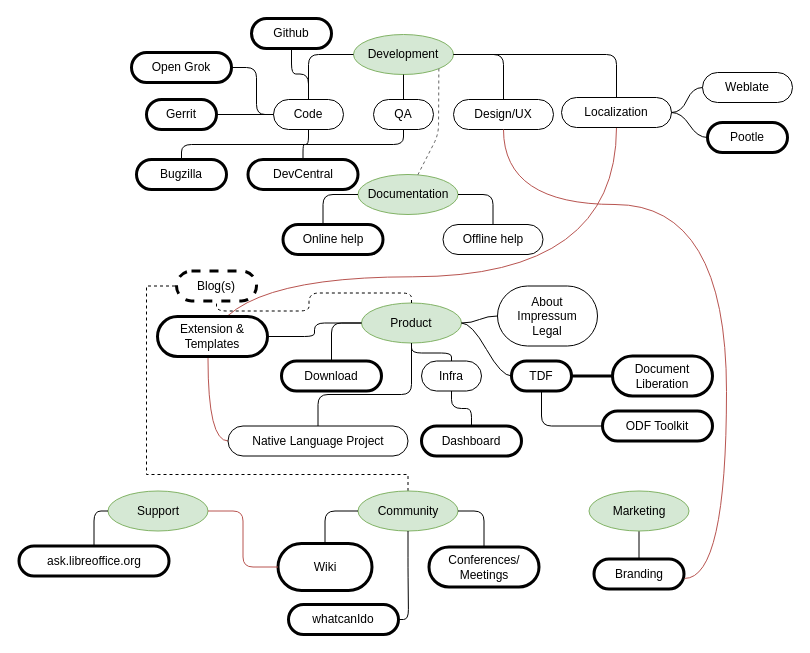
Before: Untitled Diagram.drawio in HeikoTietze/libo_website, a draw.io diagram. Source tidied: cells renumbered, new cells numbered last; positions are measured from the earlier drawing's top-left corner, leaving out a move shared by most shapes. Both pictures are drawn from the tidied source at 100%, with x=0, y=0 at pixel (18, 18).
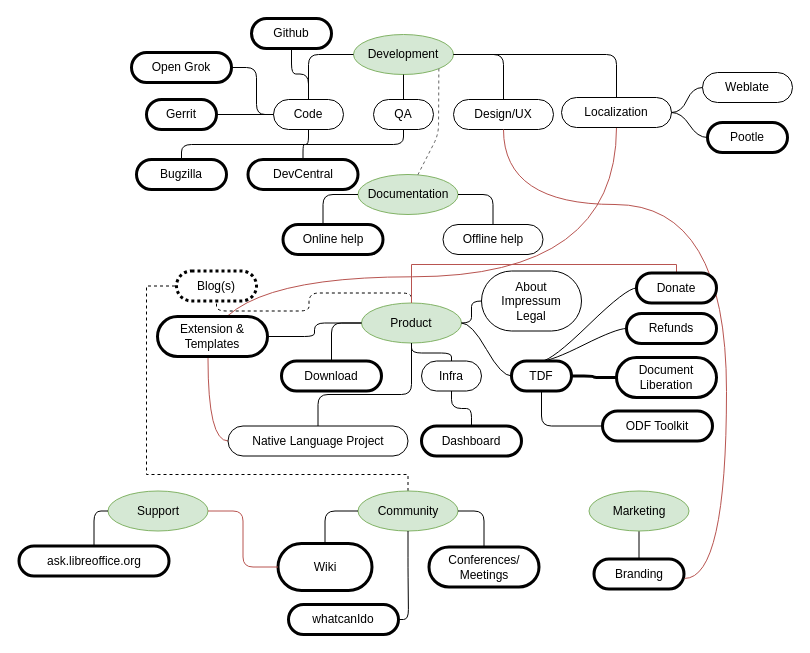
The same diagram, later.

The change refers to these unchanged cells:
```xml
<mxCell id="14" value="Product" style="ellipse;whiteSpace=wrap;html=1;align=center;fillColor=#d5e8d4;strokeColor=#82b366;" parent="1" vertex="1">
  <mxGeometry x="343" y="284.5" width="100" height="40" as="geometry" />
</mxCell>
<mxCell id="27" value="TDF" style="whiteSpace=wrap;html=1;rounded=1;arcSize=50;align=center;verticalAlign=middle;strokeWidth=3;spacing=4;" parent="1" vertex="1">
  <mxGeometry x="493" y="342.5" width="60" height="30" as="geometry" />
</mxCell>
```

The edit, as a diff of the source:
```diff
@@
     <mxCell id="41" value="About&lt;br&gt;&lt;div&gt;Impressum&lt;/div&gt;&lt;div&gt;Legal&lt;br&gt;&lt;/div&gt;" style="whiteSpace=wrap;html=1;rounded=1;arcSize=50;align=center;verticalAlign=middle;strokeWidth=1;spacing=4;" parent="1" vertex="1">
-      <mxGeometry x="479" y="267.5" width="100" height="60" as="geometry" />
+      <mxGeometry x="463" y="252.5" width="100" height="60" as="geometry" />
     </mxCell>
@@
     <mxCell id="51" value="&lt;div&gt;Document&lt;/div&gt;&lt;div&gt;Liberation&lt;/div&gt;" style="whiteSpace=wrap;html=1;rounded=1;arcSize=50;align=center;verticalAlign=middle;strokeWidth=3;spacing=4;" parent="1" vertex="1">
-      <mxGeometry x="594" y="337.5" width="100" height="40" as="geometry" />
+      <mxGeometry x="598" y="339" width="100" height="40" as="geometry" />
     </mxCell>
@@
-    <mxCell id="59" value="Blog(s)" style="whiteSpace=wrap;html=1;rounded=1;arcSize=50;align=center;verticalAlign=middle;strokeWidth=3;spacing=4;dashed=1;" parent="1" vertex="1">
+    <mxCell id="59" value="Blog(s)" style="whiteSpace=wrap;html=1;rounded=1;arcSize=50;align=center;verticalAlign=middle;strokeWidth=3;spacing=4;dashed=1;dashPattern=1 1;" parent="1" vertex="1">
       <mxGeometry x="158" y="252.5" width="80" height="30" as="geometry" />
     </mxCell>
@@
+    <mxCell id="69" style="edgeStyle=orthogonalEdgeStyle;rounded=0;jettySize=auto;html=1;exitX=0.5;exitY=0;exitDx=0;exitDy=0;entryX=0.5;entryY=0;entryDx=0;entryDy=0;endArrow=none;endFill=0;fillColor=#f8cecc;strokeColor=#b85450;" parent="1" edge="1" source="70" target="14">
+      <mxGeometry relative="1" as="geometry">
+        <Array as="points">
+          <mxPoint x="658" y="246" />
+          <mxPoint x="393" y="246" />
+        </Array>
+      </mxGeometry>
+    </mxCell>
+    <mxCell id="70" value="Donate" style="whiteSpace=wrap;html=1;rounded=1;arcSize=50;align=center;verticalAlign=middle;strokeWidth=3;spacing=4;" parent="1" vertex="1">
+      <mxGeometry x="618" y="254.5" width="80" height="30" as="geometry" />
+    </mxCell>
+    <mxCell id="71" style="edgeStyle=entityRelationEdgeStyle;startArrow=none;endArrow=none;segment=10;curved=1;exitX=0.5;exitY=0;exitDx=0;exitDy=0;" parent="1" edge="1" source="27" target="70">
+      <mxGeometry relative="1" as="geometry" />
+    </mxCell>
+    <mxCell id="72" value="Refunds" style="whiteSpace=wrap;html=1;rounded=1;arcSize=50;align=center;verticalAlign=middle;strokeWidth=3;spacing=4;" parent="1" vertex="1">
+      <mxGeometry x="608" y="295" width="90" height="30" as="geometry" />
+    </mxCell>
+    <mxCell id="73" style="edgeStyle=entityRelationEdgeStyle;startArrow=none;endArrow=none;segment=10;curved=1;exitX=0.5;exitY=0;exitDx=0;exitDy=0;" parent="1" edge="1" source="27" target="72">
+      <mxGeometry relative="1" as="geometry" />
+    </mxCell>
```
